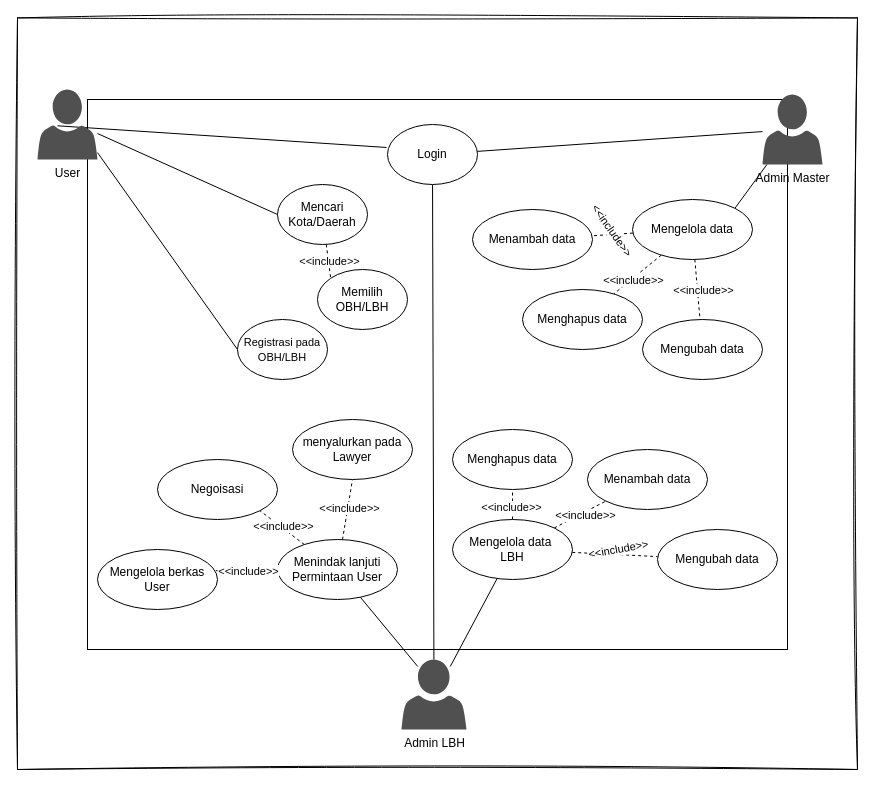
Earlier version of the draw.io diagram All_Diagram-PUI.drawio (naufalfirman23/FILE-DIAGRAM). Source tidied: cells renumbered, new cells numbered last; positions are measured from the earlier drawing's top-left corner, leaving out a move shared by most shapes. Both pictures are drawn from the tidied source at 100%, with x=0, y=0 at pixel (17, 17).
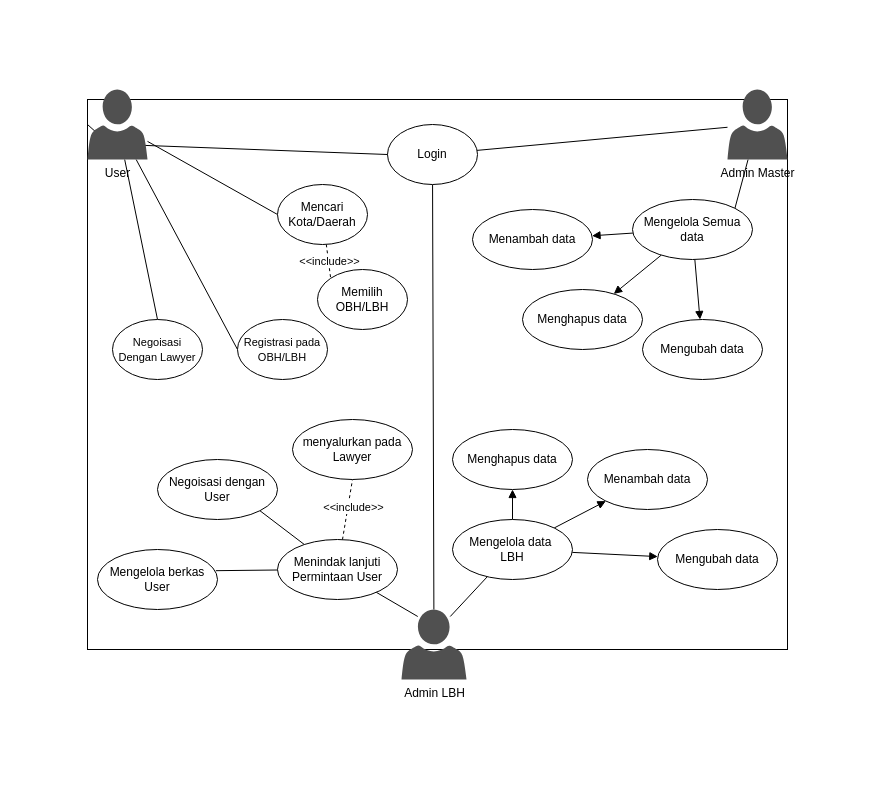
After the change.

The change refers to these unchanged cells:
```xml
<mxCell id="10" value="Login" style="ellipse;whiteSpace=wrap;html=1;" parent="1" vertex="1">
  <mxGeometry x="370" y="107" width="90" height="60" as="geometry" />
</mxCell>
<mxCell id="14" value="Mencari Kota/Daerah" style="ellipse;whiteSpace=wrap;html=1;" parent="1" vertex="1">
  <mxGeometry x="260" y="167" width="90" height="60" as="geometry" />
</mxCell>
<mxCell id="16" value="&lt;font style=&quot;font-size: 11px;&quot;&gt;Registrasi pada OBH/LBH&lt;/font&gt;" style="ellipse;whiteSpace=wrap;html=1;" parent="1" vertex="1">
  <mxGeometry x="220" y="302" width="90" height="60" as="geometry" />
</mxCell>
<mxCell id="21" value="Menghapus data" style="ellipse;whiteSpace=wrap;html=1;" parent="1" vertex="1">
  <mxGeometry x="505" y="272" width="120" height="60" as="geometry" />
</mxCell>
<mxCell id="22" value="Menambah data" style="ellipse;whiteSpace=wrap;html=1;" parent="1" vertex="1">
  <mxGeometry x="455" y="192" width="120" height="60" as="geometry" />
</mxCell>
<mxCell id="23" value="Mengubah data" style="ellipse;whiteSpace=wrap;html=1;" parent="1" vertex="1">
  <mxGeometry x="625" y="302" width="120" height="60" as="geometry" />
</mxCell>
<mxCell id="32" value="Mengelola data&amp;nbsp;&lt;div&gt;LBH&lt;/div&gt;" style="ellipse;whiteSpace=wrap;html=1;" parent="1" vertex="1">
  <mxGeometry x="435" y="502" width="120" height="60" as="geometry" />
</mxCell>
<mxCell id="33" value="Menghapus data" style="ellipse;whiteSpace=wrap;html=1;" parent="1" vertex="1">
  <mxGeometry x="435" y="412" width="120" height="60" as="geometry" />
</mxCell>
<mxCell id="34" value="Menambah data" style="ellipse;whiteSpace=wrap;html=1;" parent="1" vertex="1">
  <mxGeometry x="570" y="432" width="120" height="60" as="geometry" />
</mxCell>
<mxCell id="35" value="Mengubah data" style="ellipse;whiteSpace=wrap;html=1;" parent="1" vertex="1">
  <mxGeometry x="640" y="512" width="120" height="60" as="geometry" />
</mxCell>
<mxCell id="43" value="Menindak lanjuti&lt;div&gt;Permintaan User&lt;/div&gt;" style="ellipse;whiteSpace=wrap;html=1;" parent="1" vertex="1">
  <mxGeometry x="260" y="522" width="120" height="60" as="geometry" />
</mxCell>
<mxCell id="44" value="menyalurkan pada Lawyer" style="ellipse;whiteSpace=wrap;html=1;" parent="1" vertex="1">
  <mxGeometry x="275" y="402" width="120" height="60" as="geometry" />
</mxCell>
<mxCell id="46" value="Mengelola berkas User" style="ellipse;whiteSpace=wrap;html=1;" parent="1" vertex="1">
  <mxGeometry x="80" y="532" width="120" height="60" as="geometry" />
</mxCell>
```

Diff of the diagram source:
```diff
@@
-    <mxCell id="2" style="rounded=0;whiteSpace=wrap;html=1;sketch=1;hachureGap=4;jiggle=2;curveFitting=1;fontFamily=Architects Daughter;" parent="1" vertex="1">
-      <mxGeometry y="0.4" width="840" height="751.6" as="geometry" />
-    </mxCell>
@@
     <mxCell id="6" value="Admin Master" style="shape=mxgraph.office.users.user;verticalLabelPosition=bottom;verticalAlign=top;html=1;outlineConnect=0;strokeWidth=2;sketch=0;shadow=0;dashed=0;strokeColor=none;fillColor=#505050;labelPosition=center;" parent="1" vertex="1">
-      <mxGeometry x="745" y="77" width="60" height="70" as="geometry" />
+      <mxGeometry x="710" y="72" width="60" height="70" as="geometry" />
     </mxCell>
-    <mxCell id="7" style="rounded=0;jettySize=auto;html=1;entryX=0;entryY=0.5;entryDx=0;entryDy=0;endArrow=none;endFill=0;" parent="1" edge="1" target="14">
-      <mxGeometry relative="1" as="geometry">
-        <mxPoint x="80" y="116" as="sourcePoint" />
-      </mxGeometry>
+    <mxCell id="7" style="rounded=0;jettySize=auto;html=1;entryX=0;entryY=0.5;entryDx=0;entryDy=0;endArrow=none;endFill=0;" parent="1" edge="1" source="50" target="14">
+      <mxGeometry relative="1" as="geometry" />
     </mxCell>
-    <mxCell id="8" style="rounded=0;jettySize=auto;html=1;entryX=0;entryY=0.5;entryDx=0;entryDy=0;endArrow=none;endFill=0;" parent="1" edge="1" target="16">
-      <mxGeometry relative="1" as="geometry">
-        <mxPoint x="80" y="135.1" as="sourcePoint" />
-      </mxGeometry>
+    <mxCell id="8" style="rounded=0;jettySize=auto;html=1;entryX=0;entryY=0.5;entryDx=0;entryDy=0;endArrow=none;endFill=0;" parent="1" edge="1" source="50" target="16">
+      <mxGeometry relative="1" as="geometry" />
     </mxCell>
@@
-    <mxCell id="11" style="rounded=0;jettySize=auto;html=1;entryX=-0.011;entryY=0.383;entryDx=0;entryDy=0;entryPerimeter=0;endArrow=none;endFill=0;" parent="1" edge="1" target="10">
+    <mxCell id="11" style="rounded=0;jettySize=auto;html=1;entryX=0;entryY=0.5;entryDx=0;entryDy=0;endArrow=none;endFill=0;" parent="1" edge="1" target="10">
       <mxGeometry relative="1" as="geometry">
-        <mxPoint x="40" y="108.3" as="sourcePoint" />
+        <mxPoint x="95" y="126.7" as="sourcePoint" />
       </mxGeometry>
     </mxCell>
@@
-    <mxCell id="17" style="rounded=0;jettySize=auto;html=1;endArrow=none;endFill=0;dashed=1;" parent="1" edge="1" source="20" target="22">
+    <mxCell id="17" style="rounded=0;jettySize=auto;html=1;endArrow=block;endFill=1;" parent="1" edge="1" source="20" target="22">
       <mxGeometry relative="1" as="geometry" />
     </mxCell>
-    <mxCell id="18" style="rounded=0;jettySize=auto;html=1;endArrow=none;endFill=0;dashed=1;" parent="1" edge="1" source="20" target="21">
+    <mxCell id="18" style="rounded=0;jettySize=auto;html=1;endArrow=block;endFill=1;" parent="1" edge="1" source="20" target="21">
       <mxGeometry relative="1" as="geometry" />
     </mxCell>
-    <mxCell id="19" style="rounded=0;jettySize=auto;html=1;endArrow=none;endFill=0;dashed=1;" parent="1" edge="1" source="20" target="23">
+    <mxCell id="19" style="rounded=0;jettySize=auto;html=1;endArrow=block;endFill=1;" parent="1" edge="1" source="20" target="23">
       <mxGeometry relative="1" as="geometry" />
     </mxCell>
-    <mxCell id="20" value="Mengelola data" style="ellipse;whiteSpace=wrap;html=1;" parent="1" vertex="1">
+    <mxCell id="20" value="Mengelola Semua data" style="ellipse;whiteSpace=wrap;html=1;" parent="1" vertex="1">
       <mxGeometry x="615" y="182" width="120" height="60" as="geometry" />
     </mxCell>
@@
-    <mxCell id="24" value="&amp;lt;&amp;lt;include&amp;gt;&amp;gt;" style="edgeLabel;html=1;align=center;verticalAlign=middle;" parent="1" vertex="1">
-      <mxGeometry x="685" y="272" as="geometry" />
-    </mxCell>
-    <mxCell id="25" value="&amp;lt;&amp;lt;include&amp;gt;&amp;gt;" style="edgeLabel;html=1;align=center;verticalAlign=middle;" parent="1" vertex="1">
-      <mxGeometry x="615" y="262" as="geometry" />
-    </mxCell>
-    <mxCell id="26" value="&amp;lt;&amp;lt;include&amp;gt;&amp;gt;" style="edgeLabel;html=1;align=center;verticalAlign=middle;rotation=55;" parent="1" vertex="1">
-      <mxGeometry x="595" y="212" as="geometry" />
-    </mxCell>
     <mxCell id="27" value="Admin LBH&lt;div&gt;&lt;br&gt;&lt;/div&gt;" style="shape=mxgraph.office.users.user;verticalLabelPosition=bottom;verticalAlign=top;html=1;outlineConnect=0;strokeWidth=2;sketch=0;shadow=0;dashed=0;strokeColor=none;fillColor=#505050;labelPosition=center;" parent="1" vertex="1">
-      <mxGeometry x="384" y="642" width="65" height="70" as="geometry" />
+      <mxGeometry x="384" y="592" width="65" height="70" as="geometry" />
     </mxCell>
-    <mxCell id="28" style="rounded=0;jettySize=auto;html=1;endArrow=none;endFill=0;dashed=1;" parent="1" edge="1" source="32" target="34">
+    <mxCell id="28" style="rounded=0;jettySize=auto;html=1;endArrow=block;endFill=1;" parent="1" edge="1" source="32" target="34">
       <mxGeometry relative="1" as="geometry" />
     </mxCell>
-    <mxCell id="29" style="rounded=0;jettySize=auto;html=1;endArrow=none;endFill=0;dashed=1;" parent="1" edge="1" source="32" target="33">
+    <mxCell id="29" style="rounded=0;jettySize=auto;html=1;endArrow=block;endFill=1;" parent="1" edge="1" source="32" target="33">
       <mxGeometry relative="1" as="geometry" />
     </mxCell>
-    <mxCell id="30" style="rounded=0;jettySize=auto;html=1;endArrow=none;endFill=0;dashed=1;" parent="1" edge="1" source="32" target="35">
+    <mxCell id="30" style="rounded=0;jettySize=auto;html=1;endArrow=block;endFill=1;" parent="1" edge="1" source="32" target="35">
       <mxGeometry relative="1" as="geometry" />
     </mxCell>
@@
-    <mxCell id="36" value="&amp;lt;&amp;lt;include&amp;gt;&amp;gt;" style="edgeLabel;html=1;align=center;verticalAlign=middle;" parent="1" vertex="1">
-      <mxGeometry x="374" y="490" as="geometry">
-        <mxPoint x="193" y="7" as="offset" />
-      </mxGeometry>
-    </mxCell>
-    <mxCell id="37" value="&amp;lt;&amp;lt;include&amp;gt;&amp;gt;" style="edgeLabel;html=1;align=center;verticalAlign=middle;" parent="1" vertex="1">
-      <mxGeometry x="493" y="489" as="geometry" />
-    </mxCell>
-    <mxCell id="38" value="&amp;lt;&amp;lt;include&amp;gt;&amp;gt;" style="edgeLabel;html=1;align=center;verticalAlign=middle;rotation=-10;" parent="1" vertex="1">
-      <mxGeometry x="600" y="532" as="geometry" />
-    </mxCell>
-    <mxCell id="39" style="rounded=0;jettySize=auto;html=1;entryX=0.5;entryY=1;entryDx=0;entryDy=0;dashed=1;endArrow=none;endFill=0;" parent="1" edge="1" source="43" target="44">
+    <mxCell id="39" style="rounded=0;jettySize=auto;html=1;entryX=0.5;entryY=1;entryDx=0;entryDy=0;endArrow=none;endFill=0;dashed=1;" parent="1" edge="1" source="43" target="44">
       <mxGeometry relative="1" as="geometry" />
     </mxCell>
-    <mxCell id="40" value="&amp;lt;&amp;lt;include&amp;gt;&amp;gt;" style="edgeLabel;html=1;align=center;verticalAlign=middle;" parent="39" vertex="1">
-      <mxGeometry x="0.05" y="-1" relative="1" as="geometry" />
-    </mxCell>
-    <mxCell id="41" style="rounded=0;jettySize=auto;html=1;entryX=1;entryY=1;entryDx=0;entryDy=0;dashed=1;endArrow=none;endFill=0;" parent="1" edge="1" source="43" target="45">
+    <mxCell id="41" style="rounded=0;jettySize=auto;html=1;entryX=1;entryY=1;entryDx=0;entryDy=0;endArrow=none;endFill=0;" parent="1" edge="1" source="43" target="45">
       <mxGeometry relative="1" as="geometry" />
     </mxCell>
-    <mxCell id="42" value="&amp;lt;&amp;lt;include&amp;gt;&amp;gt;" style="edgeLabel;html=1;align=center;verticalAlign=middle;" parent="41" vertex="1">
-      <mxGeometry y="-2" relative="1" as="geometry" />
-    </mxCell>
@@
-    <mxCell id="45" value="Negoisasi" style="ellipse;whiteSpace=wrap;html=1;" parent="1" vertex="1">
+    <mxCell id="45" value="Negoisasi dengan User" style="ellipse;whiteSpace=wrap;html=1;" parent="1" vertex="1">
       <mxGeometry x="140" y="442" width="120" height="60" as="geometry" />
     </mxCell>
@@
-    <mxCell id="47" style="rounded=0;jettySize=auto;html=1;entryX=0.986;entryY=0.353;entryDx=0;entryDy=0;entryPerimeter=0;dashed=1;endArrow=none;endFill=0;" parent="1" edge="1" source="43" target="46">
+    <mxCell id="47" style="rounded=0;jettySize=auto;html=1;entryX=0.986;entryY=0.353;entryDx=0;entryDy=0;entryPerimeter=0;endArrow=none;endFill=0;" parent="1" edge="1" source="43" target="46">
       <mxGeometry relative="1" as="geometry" />
     </mxCell>
-    <mxCell id="48" value="&amp;lt;&amp;lt;include&amp;gt;&amp;gt;" style="edgeLabel;html=1;align=center;verticalAlign=middle;" parent="47" vertex="1">
-      <mxGeometry x="-0.04" y="1" relative="1" as="geometry" />
-    </mxCell>
@@
+    <mxCell id="51" style="rounded=0;jettySize=auto;html=1;entryX=0.5;entryY=0;entryDx=0;entryDy=0;endArrow=none;startFill=0;" parent="1" edge="1" source="50" target="52">
+      <mxGeometry relative="1" as="geometry" />
+    </mxCell>
+    <mxCell id="52" value="&lt;font style=&quot;font-size: 11px;&quot;&gt;Negoisasi&lt;/font&gt;&lt;div&gt;&lt;font style=&quot;font-size: 11px;&quot;&gt;Dengan Lawyer&lt;/font&gt;&lt;/div&gt;" style="ellipse;whiteSpace=wrap;html=1;" parent="1" vertex="1">
+      <mxGeometry x="95" y="302" width="90" height="60" as="geometry" />
+    </mxCell>
+    <mxCell id="53" value="&amp;lt;&amp;lt;include&amp;gt;&amp;gt;" style="edgeLabel;html=1;align=center;verticalAlign=middle;" parent="1" vertex="1">
+      <mxGeometry x="335" y="489" as="geometry" />
+    </mxCell>
+    <mxCell id="54" style="rounded=0;jettySize=auto;html=1;entryX=0;entryY=0.5;entryDx=0;entryDy=0;endArrow=none;endFill=0;" parent="1" edge="1" target="50">
+      <mxGeometry relative="1" as="geometry">
+        <mxPoint x="80" y="116" as="sourcePoint" />
+      </mxGeometry>
+    </mxCell>
     <mxCell id="50" value="User" style="shape=mxgraph.office.users.user;verticalLabelPosition=bottom;verticalAlign=top;html=1;outlineConnect=0;strokeWidth=2;sketch=0;shadow=0;dashed=0;strokeColor=none;fillColor=#505050;labelPosition=center;" parent="1" vertex="1">
-      <mxGeometry x="20" y="72" width="60" height="70" as="geometry" />
+      <mxGeometry x="70" y="72" width="60" height="70" as="geometry" />
     </mxCell>
```
